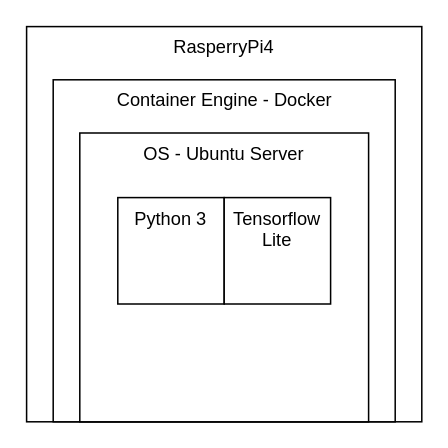
Before: Container image structure.drawio in Cescollino/FederatedPi, a draw.io diagram. Source tidied: cells renumbered, new cells numbered last; positions are measured from the earlier drawing's top-left corner, leaving out a move shared by most shapes. Both pictures are drawn from the tidied source at 152%, with x=0, y=0 at pixel (26, 26).
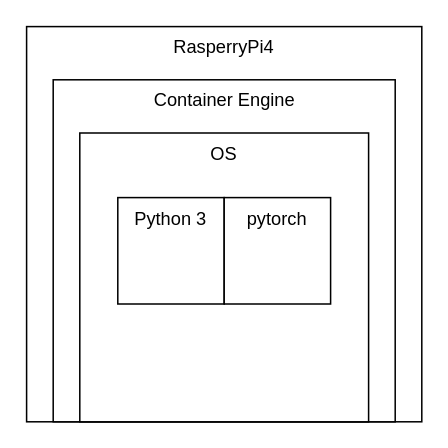
The same diagram, later.

Change to the diagram source:
```diff
@@
 <mxGraphModel>
   <root>
     <mxCell id="0" />
     <mxCell id="1" parent="0" />
     <mxCell id="2" value="RasperryPi4" style="whiteSpace=wrap;html=1;verticalAlign=top;" parent="1" vertex="1">
       <mxGeometry width="260" height="260" as="geometry" />
     </mxCell>
-    <mxCell id="3" value="Container Engine - Docker" style="whiteSpace=wrap;html=1;verticalAlign=top;" parent="1" vertex="1">
+    <mxCell id="3" value="Container Engine" style="whiteSpace=wrap;html=1;verticalAlign=top;" parent="1" vertex="1">
       <mxGeometry x="17.5" y="35" width="225" height="225" as="geometry" />
     </mxCell>
-    <mxCell id="4" value="OS - Ubuntu Server" style="whiteSpace=wrap;html=1;verticalAlign=top;" parent="1" vertex="1">
+    <mxCell id="4" value="OS " style="whiteSpace=wrap;html=1;verticalAlign=top;" parent="1" vertex="1">
       <mxGeometry x="35" y="70" width="190" height="190" as="geometry" />
     </mxCell>
     <mxCell id="5" value="Python 3" style="whiteSpace=wrap;html=1;verticalAlign=top;" parent="1" vertex="1">
       <mxGeometry x="60" y="112.5" width="70" height="70" as="geometry" />
     </mxCell>
-    <mxCell id="6" value="Tensorflow Lite" style="whiteSpace=wrap;html=1;verticalAlign=top;" parent="1" vertex="1">
+    <mxCell id="6" value="pytorch" style="whiteSpace=wrap;html=1;verticalAlign=top;" parent="1" vertex="1">
       <mxGeometry x="130" y="112.5" width="70" height="70" as="geometry" />
     </mxCell>
   </root>
 </mxGraphModel>
```
